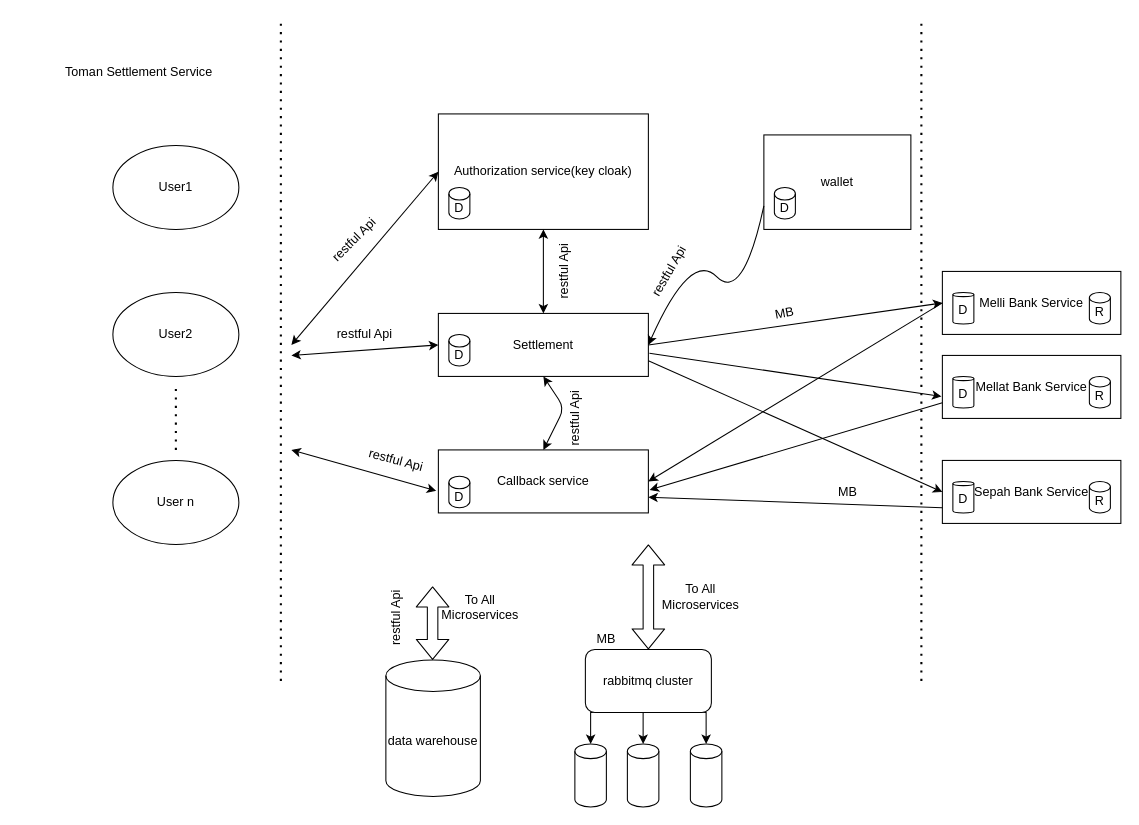
This is page "Page-1" (1 of 4) of Untitled Diagram.drawio from alimoslehirad/Devops, a draw.io file, before an edit. Source tidied: cells renumbered, new cells numbered last; positions are measured from the earlier drawing's top-left corner, leaving out a move shared by most shapes. Both pictures are drawn from the tidied source at 105%, with x=0, y=0 at pixel (18, 19).
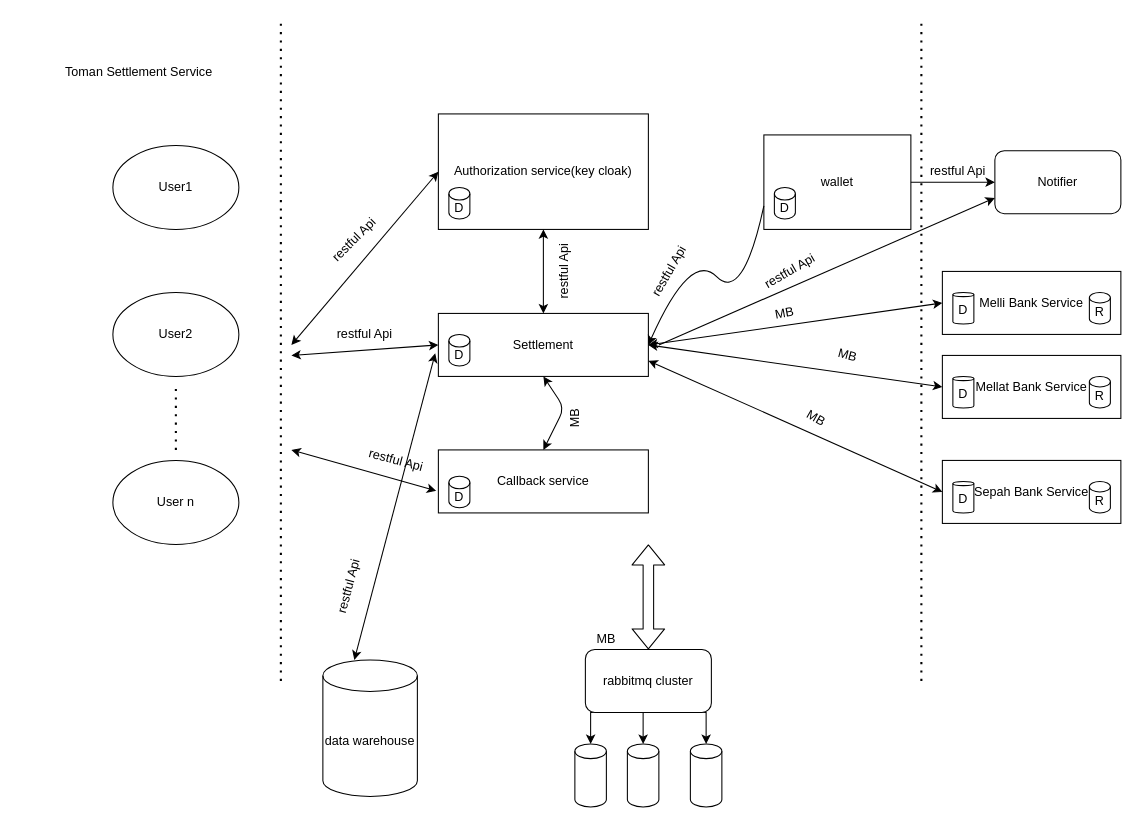
The same page after the edit.

The change refers to these unchanged cells:
```xml
<mxCell id="3" value="Settlement" style="rounded=0;whiteSpace=wrap;html=1;" parent="1" vertex="1">
  <mxGeometry x="400" y="280" width="200" height="60" as="geometry" />
</mxCell>
<mxCell id="4" value="Callback service " style="rounded=0;whiteSpace=wrap;html=1;" parent="1" vertex="1">
  <mxGeometry x="400" y="410" width="200" height="60" as="geometry" />
</mxCell>
<mxCell id="5" value="Melli Bank Service" style="rounded=0;whiteSpace=wrap;html=1;" parent="1" vertex="1">
  <mxGeometry x="880" y="240" width="170" height="60" as="geometry" />
</mxCell>
<mxCell id="6" value="Mellat Bank Service" style="rounded=0;whiteSpace=wrap;html=1;" parent="1" vertex="1">
  <mxGeometry x="880" y="320" width="170" height="60" as="geometry" />
</mxCell>
<mxCell id="7" value="Sepah Bank Service" style="rounded=0;whiteSpace=wrap;html=1;" parent="1" vertex="1">
  <mxGeometry x="880" y="420" width="170" height="60" as="geometry" />
</mxCell>
<mxCell id="8" value="wallet" style="rounded=0;whiteSpace=wrap;html=1;" parent="1" vertex="1">
  <mxGeometry x="710" y="110" width="140" height="90" as="geometry" />
</mxCell>
```

Diff of the diagram source:
```diff
@@
-    <mxCell id="18" style="endArrow=classic;html=1;entryX=0;entryY=0.5;entryDx=0;entryDy=0;exitX=1;exitY=0.5;exitDx=0;exitDy=0;" parent="1" edge="1" source="3" target="5">
-      <mxGeometry relative="1" as="geometry" />
-    </mxCell>
-    <mxCell id="19" style="endArrow=classic;html=1;entryX=-0.005;entryY=0.65;entryDx=0;entryDy=0;exitX=1.005;exitY=0.633;exitDx=0;exitDy=0;entryPerimeter=0;exitPerimeter=0;" parent="1" edge="1" source="3" target="6">
-      <mxGeometry relative="1" as="geometry" />
-    </mxCell>
-    <mxCell id="20" style="endArrow=classic;html=1;entryX=0;entryY=0.5;entryDx=0;entryDy=0;exitX=1;exitY=0.75;exitDx=0;exitDy=0;" parent="1" edge="1" source="3" target="7">
-      <mxGeometry relative="1" as="geometry" />
-    </mxCell>
@@
-    <mxCell id="22" style="endArrow=classic;html=1;entryX=1;entryY=0.5;entryDx=0;entryDy=0;" parent="1" edge="1" target="4">
-      <mxGeometry relative="1" as="geometry">
-        <mxPoint x="880" y="270" as="sourcePoint" />
-      </mxGeometry>
-    </mxCell>
-    <mxCell id="23" style="endArrow=classic;html=1;entryX=1.006;entryY=0.636;entryDx=0;entryDy=0;exitX=0;exitY=0.75;exitDx=0;exitDy=0;entryPerimeter=0;" parent="1" edge="1" source="6" target="4">
-      <mxGeometry relative="1" as="geometry" />
-    </mxCell>
-    <mxCell id="24" style="endArrow=classic;html=1;entryX=1;entryY=0.75;entryDx=0;entryDy=0;exitX=0;exitY=0.75;exitDx=0;exitDy=0;" parent="1" edge="1" source="7" target="4">
-      <mxGeometry relative="1" as="geometry" />
-    </mxCell>
@@
     <mxCell id="34" value="data warehouse" style="shape=cylinder3;whiteSpace=wrap;html=1;boundedLbl=1;backgroundOutline=1;size=15;" parent="1" vertex="1">
-      <mxGeometry x="350" y="610" width="90" height="130" as="geometry" />
+      <mxGeometry x="290" y="610" width="90" height="130" as="geometry" />
     </mxCell>
@@
-    <mxCell id="43" value="To All Microservices" style="text;html=1;strokeColor=none;fillColor=none;align=center;verticalAlign=middle;whiteSpace=wrap;rounded=0;" parent="1" vertex="1">
-      <mxGeometry x="630" y="540" width="40" height="20" as="geometry" />
-    </mxCell>
@@
-    <mxCell id="45" value="MB" style="text;html=1;strokeColor=none;fillColor=none;align=center;verticalAlign=middle;whiteSpace=wrap;rounded=0;rotation=0;" parent="1" vertex="1">
-      <mxGeometry x="750" y="440" width="80" height="20" as="geometry" />
-    </mxCell>
@@
-    <mxCell id="50" value="restful Api" style="text;html=1;strokeColor=none;fillColor=none;align=center;verticalAlign=middle;whiteSpace=wrap;rounded=0;rotation=-90;" parent="1" vertex="1">
+    <mxCell id="50" value="MB" style="text;html=1;strokeColor=none;fillColor=none;align=center;verticalAlign=middle;whiteSpace=wrap;rounded=0;rotation=-90;" parent="1" vertex="1">
       <mxGeometry x="490" y="370" width="80" height="20" as="geometry" />
     </mxCell>
-    <mxCell id="51" value="restful Api" style="text;html=1;strokeColor=none;fillColor=none;align=center;verticalAlign=middle;whiteSpace=wrap;rounded=0;rotation=-90;" parent="1" vertex="1">
-      <mxGeometry x="315" y="560" width="90" height="20" as="geometry" />
+    <mxCell id="51" value="restful Api" style="text;html=1;strokeColor=none;fillColor=none;align=center;verticalAlign=middle;whiteSpace=wrap;rounded=0;rotation=-75;" parent="1" vertex="1">
+      <mxGeometry x="270" y="530" width="90" height="20" as="geometry" />
     </mxCell>
@@
-    <mxCell id="58" style="shape=flexArrow;endArrow=classic;startArrow=classic;html=1;" parent="1" edge="1">
-      <mxGeometry relative="1" as="geometry">
-        <mxPoint x="394.5" y="610" as="sourcePoint" />
-        <mxPoint x="394.5" y="540" as="targetPoint" />
-      </mxGeometry>
-    </mxCell>
-    <mxCell id="59" value="To All Microservices" style="text;html=1;strokeColor=none;fillColor=none;align=center;verticalAlign=middle;whiteSpace=wrap;rounded=0;" parent="1" vertex="1">
-      <mxGeometry x="420" y="550" width="40" height="20" as="geometry" />
-    </mxCell>
+    <mxCell id="60" style="endArrow=classic;startArrow=classic;html=1;entryX=-0.015;entryY=0.633;entryDx=0;entryDy=0;entryPerimeter=0;exitX=0.333;exitY=0;exitDx=0;exitDy=0;exitPerimeter=0;" parent="1" edge="1" source="34" target="3">
+      <mxGeometry relative="1" as="geometry" />
+    </mxCell>
+    <mxCell id="18" style="endArrow=classic;startArrow=classic;html=1;entryX=0;entryY=0.5;entryDx=0;entryDy=0;exitX=1;exitY=0.5;exitDx=0;exitDy=0;" parent="1" edge="1" source="3" target="5">
+      <mxGeometry relative="1" as="geometry" />
+    </mxCell>
+    <mxCell id="61" style="endArrow=classic;startArrow=classic;html=1;entryX=0;entryY=0.5;entryDx=0;entryDy=0;" parent="1" edge="1" target="6">
+      <mxGeometry relative="1" as="geometry">
+        <mxPoint x="600" y="310" as="sourcePoint" />
+      </mxGeometry>
+    </mxCell>
+    <mxCell id="62" style="endArrow=classic;startArrow=classic;html=1;entryX=0;entryY=0.5;entryDx=0;entryDy=0;exitX=1;exitY=0.75;exitDx=0;exitDy=0;" parent="1" edge="1" source="3">
+      <mxGeometry relative="1" as="geometry">
+        <mxPoint x="880" y="450" as="targetPoint" />
+      </mxGeometry>
+    </mxCell>
+    <mxCell id="63" value="MB" style="text;html=1;strokeColor=none;fillColor=none;align=center;verticalAlign=middle;whiteSpace=wrap;rounded=0;rotation=30;" parent="1" vertex="1">
+      <mxGeometry x="720" y="370" width="80" height="20" as="geometry" />
+    </mxCell>
+    <mxCell id="64" value="MB" style="text;html=1;strokeColor=none;fillColor=none;align=center;verticalAlign=middle;whiteSpace=wrap;rounded=0;rotation=15;" parent="1" vertex="1">
+      <mxGeometry x="750" y="310" width="80" height="20" as="geometry" />
+    </mxCell>
+    <mxCell id="65" value="Notifier" style="rounded=1;whiteSpace=wrap;html=1;" parent="1" vertex="1">
+      <mxGeometry x="930" y="125" width="120" height="60" as="geometry" />
+    </mxCell>
+    <mxCell id="66" style="endArrow=classic;html=1;entryX=0;entryY=0.5;entryDx=0;entryDy=0;exitX=1;exitY=0.5;exitDx=0;exitDy=0;" parent="1" edge="1" source="8" target="65">
+      <mxGeometry relative="1" as="geometry" />
+    </mxCell>
+    <mxCell id="67" style="endArrow=classic;html=1;entryX=0;entryY=0.75;entryDx=0;entryDy=0;" parent="1" edge="1" target="65">
+      <mxGeometry relative="1" as="geometry">
+        <mxPoint x="610" y="310" as="sourcePoint" />
+      </mxGeometry>
+    </mxCell>
+    <mxCell id="68" value="restful Api" style="text;html=1;strokeColor=none;fillColor=none;align=center;verticalAlign=middle;whiteSpace=wrap;rounded=0;rotation=0;" parent="1" vertex="1">
+      <mxGeometry x="850" y="135" width="90" height="20" as="geometry" />
+    </mxCell>
+    <mxCell id="69" value="restful Api" style="text;html=1;strokeColor=none;fillColor=none;align=center;verticalAlign=middle;whiteSpace=wrap;rounded=0;rotation=-30;" parent="1" vertex="1">
+      <mxGeometry x="690" y="230" width="90" height="20" as="geometry" />
+    </mxCell>
```
